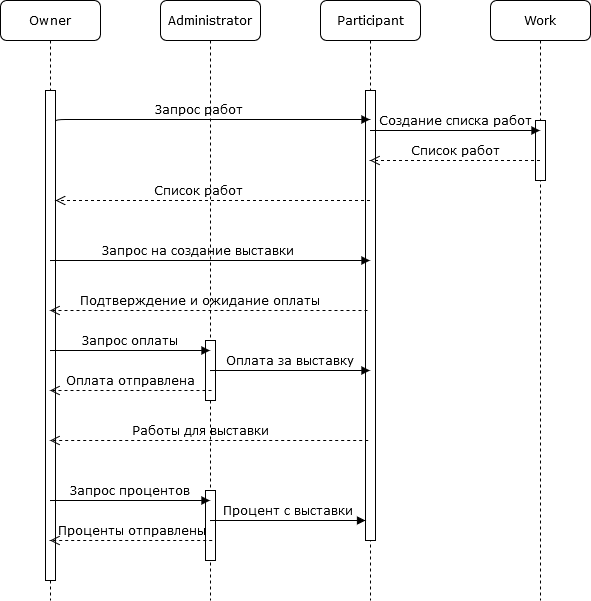
Before: Создание выставки.png, a diagram exported from draw.io (MrSandman5/ApplicationArchitecture). Source tidied: cells renumbered, new cells last; positions are measured from the earlier drawing's top-left corner, leaving out a move shared by most shapes.
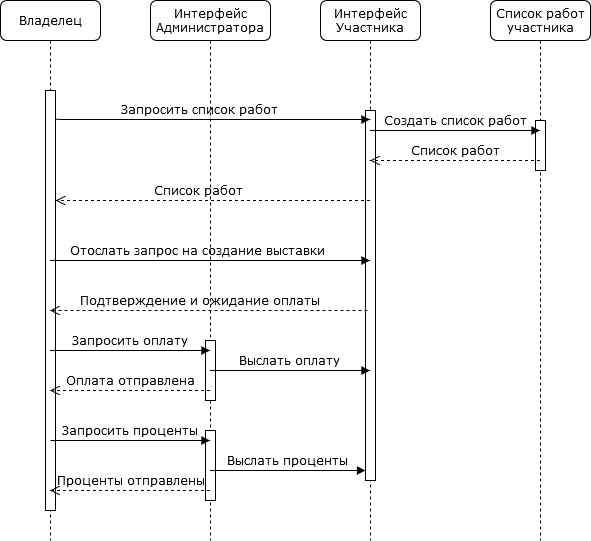
Later version of the same file.

What changed in the source:
```diff
@@ -2,32 +2,32 @@
   <root>
     <mxCell id="0" />
     <mxCell id="1" parent="0" />
-    <mxCell id="2" value="Administrator" style="shape=umlLifeline;perimeter=lifelinePerimeter;whiteSpace=wrap;html=1;outlineConnect=0;rounded=1;shadow=0;comic=0;labelBackgroundColor=none;strokeWidth=1;fontFamily=Verdana;fontSize=12;align=center;" parent="1" vertex="1">
-      <mxGeometry x="160" width="100" height="600" as="geometry" />
+    <mxCell id="2" value="Интерфейс Администратора" style="shape=umlLifeline;perimeter=lifelinePerimeter;whiteSpace=wrap;html=1;outlineConnect=0;rounded=1;shadow=0;comic=0;labelBackgroundColor=none;strokeWidth=1;fontFamily=Verdana;fontSize=12;align=center;" parent="1" vertex="1">
+      <mxGeometry x="150" width="120" height="540" as="geometry" />
     </mxCell>
     <mxCell id="3" style="html=1;perimeter=orthogonalPerimeter;rounded=0;shadow=0;comic=0;labelBackgroundColor=none;strokeWidth=1;fontFamily=Verdana;fontSize=12;align=center;" parent="2" vertex="1">
-      <mxGeometry x="45" y="340" width="10" height="60" as="geometry" />
+      <mxGeometry x="55" y="340" width="10" height="60" as="geometry" />
     </mxCell>
     <mxCell id="4" style="html=1;perimeter=orthogonalPerimeter;rounded=0;shadow=0;comic=0;labelBackgroundColor=none;strokeWidth=1;fontFamily=Verdana;fontSize=12;align=center;" parent="2" vertex="1">
-      <mxGeometry x="45" y="490" width="10" height="70" as="geometry" />
+      <mxGeometry x="55" y="430" width="10" height="70" as="geometry" />
     </mxCell>
-    <mxCell id="5" value="Participant" style="shape=umlLifeline;perimeter=lifelinePerimeter;whiteSpace=wrap;html=1;outlineConnect=0;rounded=1;shadow=0;comic=0;labelBackgroundColor=none;strokeWidth=1;fontFamily=Verdana;fontSize=12;align=center;" parent="1" vertex="1">
-      <mxGeometry x="320" width="100" height="600" as="geometry" />
+    <mxCell id="5" value="Интерфейс Участника" style="shape=umlLifeline;perimeter=lifelinePerimeter;whiteSpace=wrap;html=1;outlineConnect=0;rounded=1;shadow=0;comic=0;labelBackgroundColor=none;strokeWidth=1;fontFamily=Verdana;fontSize=12;align=center;" parent="1" vertex="1">
+      <mxGeometry x="320" width="100" height="540" as="geometry" />
     </mxCell>
     <mxCell id="6" style="html=1;points=[];perimeter=orthogonalPerimeter;rounded=0;shadow=0;comic=0;labelBackgroundColor=none;strokeWidth=1;fontFamily=Verdana;fontSize=12;align=center;" parent="5" vertex="1">
-      <mxGeometry x="45" y="90" width="10" height="450" as="geometry" />
+      <mxGeometry x="45" y="110" width="10" height="370" as="geometry" />
     </mxCell>
-    <mxCell id="7" value="Work" style="shape=umlLifeline;perimeter=lifelinePerimeter;whiteSpace=wrap;html=1;outlineConnect=0;rounded=1;shadow=0;comic=0;labelBackgroundColor=none;strokeWidth=1;fontFamily=Verdana;fontSize=12;align=center;" parent="1" vertex="1">
-      <mxGeometry x="490" width="100" height="600" as="geometry" />
+    <mxCell id="7" value="Список работ участника" style="shape=umlLifeline;perimeter=lifelinePerimeter;whiteSpace=wrap;html=1;outlineConnect=0;rounded=1;shadow=0;comic=0;labelBackgroundColor=none;strokeWidth=1;fontFamily=Verdana;fontSize=12;align=center;" parent="1" vertex="1">
+      <mxGeometry x="490" width="100" height="540" as="geometry" />
     </mxCell>
     <mxCell id="8" style="html=1;perimeter=orthogonalPerimeter;rounded=0;shadow=0;comic=0;labelBackgroundColor=none;strokeWidth=1;fontFamily=Verdana;fontSize=12;align=center;" parent="7" vertex="1">
-      <mxGeometry x="45" y="120" width="10" height="60" as="geometry" />
+      <mxGeometry x="45" y="120" width="10" height="50" as="geometry" />
     </mxCell>
-    <mxCell id="9" value="Owner" style="shape=umlLifeline;perimeter=lifelinePerimeter;whiteSpace=wrap;html=1;outlineConnect=0;rounded=1;shadow=0;comic=0;labelBackgroundColor=none;strokeWidth=1;fontFamily=Verdana;fontSize=12;align=center;" parent="1" vertex="1">
-      <mxGeometry width="100" height="600" as="geometry" />
+    <mxCell id="9" value="Владелец" style="shape=umlLifeline;perimeter=lifelinePerimeter;whiteSpace=wrap;html=1;outlineConnect=0;rounded=1;shadow=0;comic=0;labelBackgroundColor=none;strokeWidth=1;fontFamily=Verdana;fontSize=12;align=center;" parent="1" vertex="1">
+      <mxGeometry width="100" height="540" as="geometry" />
     </mxCell>
     <mxCell id="10" style="html=1;points=[];perimeter=orthogonalPerimeter;rounded=0;shadow=0;comic=0;labelBackgroundColor=none;strokeWidth=1;fontFamily=Verdana;fontSize=12;align=center;" parent="9" vertex="1">
-      <mxGeometry x="45" y="90" width="10" height="490" as="geometry" />
+      <mxGeometry x="45" y="90" width="10" height="420" as="geometry" />
     </mxCell>
     <mxCell id="11" value="Список работ" style="html=1;verticalAlign=bottom;endArrow=open;dashed=1;endSize=8;labelBackgroundColor=none;fontFamily=Verdana;fontSize=12;edgeStyle=elbowEdgeStyle;elbow=vertical;" parent="1" edge="1" source="7" target="5">
       <mxGeometry relative="1" as="geometry">
@@ -38,7 +38,7 @@
         </Array>
       </mxGeometry>
     </mxCell>
-    <mxCell id="12" value="Запрос работ" style="html=1;verticalAlign=bottom;endArrow=block;labelBackgroundColor=none;fontFamily=Verdana;fontSize=12;edgeStyle=elbowEdgeStyle;elbow=vertical;exitX=1;exitY=0.066;exitDx=0;exitDy=0;exitPerimeter=0;" parent="1" edge="1" source="10" target="5">
+    <mxCell id="12" value="Запросить список работ" style="html=1;verticalAlign=bottom;endArrow=block;labelBackgroundColor=none;fontFamily=Verdana;fontSize=12;edgeStyle=elbowEdgeStyle;elbow=vertical;exitX=1;exitY=0.066;exitDx=0;exitDy=0;exitPerimeter=0;" parent="1" edge="1" source="10" target="5">
       <mxGeometry x="-0.08" relative="1" as="geometry">
         <Array as="points">
           <mxPoint x="240" y="119" />
@@ -47,7 +47,7 @@
         </Array>
       </mxGeometry>
     </mxCell>
-    <mxCell id="13" value="Создание списка работ" style="html=1;verticalAlign=bottom;endArrow=block;labelBackgroundColor=none;fontFamily=Verdana;fontSize=12;" parent="1" edge="1" source="5" target="7">
+    <mxCell id="13" value="Создать список работ" style="html=1;verticalAlign=bottom;endArrow=block;labelBackgroundColor=none;fontFamily=Verdana;fontSize=12;" parent="1" edge="1" source="5" target="7">
       <mxGeometry relative="1" as="geometry">
         <Array as="points">
           <mxPoint x="410" y="130" />
@@ -76,7 +76,7 @@
         <mxPoint x="-1" as="offset" />
       </mxGeometry>
     </mxCell>
-    <mxCell id="16" value="Запрос оплаты" style="html=1;verticalAlign=bottom;endArrow=block;labelBackgroundColor=none;fontFamily=Verdana;fontSize=12;edgeStyle=elbowEdgeStyle;elbow=vertical;exitX=1;exitY=0.066;exitDx=0;exitDy=0;exitPerimeter=0;" parent="1" edge="1" target="2">
+    <mxCell id="16" value="Запросить оплату" style="html=1;verticalAlign=bottom;endArrow=block;labelBackgroundColor=none;fontFamily=Verdana;fontSize=12;edgeStyle=elbowEdgeStyle;elbow=vertical;exitX=1;exitY=0.066;exitDx=0;exitDy=0;exitPerimeter=0;" parent="1" edge="1" target="2">
       <mxGeometry relative="1" as="geometry">
         <mxPoint x="50" y="350" as="sourcePoint" />
         <Array as="points">
@@ -89,45 +89,21 @@
         <mxPoint x="-1" as="offset" />
       </mxGeometry>
     </mxCell>
-    <mxCell id="17" value="Оплата за выставку" style="html=1;verticalAlign=bottom;endArrow=block;labelBackgroundColor=none;fontFamily=Verdana;fontSize=12;edgeStyle=elbowEdgeStyle;elbow=vertical;exitX=1;exitY=0.066;exitDx=0;exitDy=0;exitPerimeter=0;" parent="1" edge="1" target="5">
-      <mxGeometry relative="1" as="geometry">
-        <mxPoint x="210" y="370" as="sourcePoint" />
-        <Array as="points">
-          <mxPoint x="280" y="370" />
-          <mxPoint x="470" y="370" />
-          <mxPoint x="375" y="370" />
-          <mxPoint x="325" y="380" />
-          <mxPoint x="315" y="380" />
-        </Array>
-        <mxPoint x="-1" as="offset" />
-      </mxGeometry>
-    </mxCell>
-    <mxCell id="18" value="Оплата отправлена" style="html=1;verticalAlign=bottom;endArrow=open;dashed=1;endSize=8;labelBackgroundColor=none;fontFamily=Verdana;fontSize=12;edgeStyle=elbowEdgeStyle;elbow=vertical;" parent="1" edge="1" target="9">
+    <mxCell id="18" value="Оплата отправлена" style="html=1;verticalAlign=bottom;endArrow=open;dashed=1;endSize=8;labelBackgroundColor=none;fontFamily=Verdana;fontSize=12;edgeStyle=elbowEdgeStyle;elbow=vertical;" parent="1" edge="1" source="2" target="9">
       <mxGeometry relative="1" as="geometry">
-        <mxPoint x="211" y="390" as="sourcePoint" />
         <Array as="points">
-          <mxPoint x="210.7" y="390" />
+          <mxPoint x="140" y="390" />
           <mxPoint x="118.9" y="369.4" />
           <mxPoint x="163.9" y="379.4" />
           <mxPoint x="193.9" y="379.4" />
         </Array>
       </mxGeometry>
     </mxCell>
-    <mxCell id="19" value="Работы для выставки" style="html=1;verticalAlign=bottom;endArrow=open;dashed=1;endSize=8;labelBackgroundColor=none;fontFamily=Verdana;fontSize=12;edgeStyle=elbowEdgeStyle;elbow=vertical;" parent="1" edge="1" target="9">
-      <mxGeometry x="0.06" relative="1" as="geometry">
-        <mxPoint x="367.7" y="440" as="sourcePoint" />
-        <Array as="points">
-          <mxPoint x="260.7" y="440" />
-          <mxPoint x="168.9" y="419.4" />
-          <mxPoint x="213.9" y="429.4" />
-          <mxPoint x="243.9" y="429.4" />
-        </Array>
-      </mxGeometry>
-    </mxCell>
-    <mxCell id="20" value="Запрос процентов" style="html=1;verticalAlign=bottom;endArrow=block;labelBackgroundColor=none;fontFamily=Verdana;fontSize=12;edgeStyle=elbowEdgeStyle;elbow=vertical;exitX=1;exitY=0.066;exitDx=0;exitDy=0;exitPerimeter=0;" parent="1" edge="1" target="2">
+    <mxCell id="20" value="Запросить проценты" style="html=1;verticalAlign=bottom;endArrow=block;labelBackgroundColor=none;fontFamily=Verdana;fontSize=12;edgeStyle=elbowEdgeStyle;elbow=vertical;" parent="1" edge="1" target="2">
       <mxGeometry relative="1" as="geometry">
-        <mxPoint x="50" y="500" as="sourcePoint" />
+        <mxPoint x="50" y="440" as="sourcePoint" />
         <Array as="points">
+          <mxPoint x="150" y="440" />
           <mxPoint x="120" y="500" />
           <mxPoint x="310" y="500" />
           <mxPoint x="215" y="500" />
@@ -137,11 +113,12 @@
         <mxPoint x="-1" as="offset" />
       </mxGeometry>
     </mxCell>
-    <mxCell id="21" value="Процент с выставки" style="html=1;verticalAlign=bottom;endArrow=block;labelBackgroundColor=none;fontFamily=Verdana;fontSize=12;edgeStyle=elbowEdgeStyle;elbow=vertical;exitX=1;exitY=0.066;exitDx=0;exitDy=0;exitPerimeter=0;" parent="1" edge="1" target="6">
+    <mxCell id="21" value="Выслать проценты" style="html=1;verticalAlign=bottom;endArrow=block;labelBackgroundColor=none;fontFamily=Verdana;fontSize=12;edgeStyle=elbowEdgeStyle;elbow=vertical;" parent="1" edge="1" source="2" target="6">
       <mxGeometry relative="1" as="geometry">
-        <mxPoint x="210" y="520" as="sourcePoint" />
         <Array as="points">
-          <mxPoint x="280" y="520" />
+          <mxPoint x="310" y="470" />
+          <mxPoint x="290" y="530" />
+          <mxPoint x="260" y="490" />
           <mxPoint x="470" y="520" />
           <mxPoint x="375" y="520" />
           <mxPoint x="325" y="530" />
@@ -150,18 +127,22 @@
         <mxPoint x="-1" as="offset" />
       </mxGeometry>
     </mxCell>
-    <mxCell id="22" value="Проценты отправлены" style="html=1;verticalAlign=bottom;endArrow=open;dashed=1;endSize=8;labelBackgroundColor=none;fontFamily=Verdana;fontSize=12;edgeStyle=elbowEdgeStyle;elbow=vertical;" parent="1" edge="1" target="9">
+    <mxCell id="22" value="Проценты отправлены" style="html=1;verticalAlign=bottom;endArrow=open;dashed=1;endSize=8;labelBackgroundColor=none;fontFamily=Verdana;fontSize=12;edgeStyle=elbowEdgeStyle;elbow=vertical;" parent="1" edge="1" source="2" target="9">
       <mxGeometry relative="1" as="geometry">
-        <mxPoint x="211.7" y="540" as="sourcePoint" />
         <Array as="points">
-          <mxPoint x="211.4" y="540" />
+          <mxPoint x="130" y="490" />
+          <mxPoint x="160" y="490" />
+          <mxPoint x="260" y="280" />
+          <mxPoint x="180" y="500" />
+          <mxPoint x="150" y="470" />
+          <mxPoint x="140" y="550" />
           <mxPoint x="119.6" y="519.4" />
           <mxPoint x="164.6" y="529.4" />
           <mxPoint x="194.6" y="529.4" />
         </Array>
       </mxGeometry>
     </mxCell>
-    <mxCell id="23" value="Запрос на создание выставки" style="html=1;verticalAlign=bottom;endArrow=block;labelBackgroundColor=none;fontFamily=Verdana;fontSize=12;edgeStyle=elbowEdgeStyle;elbow=vertical;exitX=1;exitY=0.066;exitDx=0;exitDy=0;exitPerimeter=0;" parent="1" edge="1" target="5">
+    <mxCell id="23" value="Отослать запрос на создание выставки" style="html=1;verticalAlign=bottom;endArrow=block;labelBackgroundColor=none;fontFamily=Verdana;fontSize=12;edgeStyle=elbowEdgeStyle;elbow=vertical;exitX=1;exitY=0.066;exitDx=0;exitDy=0;exitPerimeter=0;" parent="1" edge="1" target="5">
       <mxGeometry x="-0.08" relative="1" as="geometry">
         <mxPoint x="50" y="260" as="sourcePoint" />
         <Array as="points">
@@ -172,5 +153,19 @@
         </Array>
       </mxGeometry>
     </mxCell>
+    <mxCell id="24" value="Выслать оплату" style="html=1;verticalAlign=bottom;endArrow=block;labelBackgroundColor=none;fontFamily=Verdana;fontSize=12;edgeStyle=elbowEdgeStyle;elbow=vertical;" parent="1" edge="1" source="2" target="5">
+      <mxGeometry relative="1" as="geometry">
+        <Array as="points">
+          <mxPoint x="300" y="370" />
+          <mxPoint x="250" y="370" />
+          <mxPoint x="250" y="390" />
+          <mxPoint x="500" y="370" />
+          <mxPoint x="405" y="370" />
+          <mxPoint x="355" y="380" />
+          <mxPoint x="345" y="380" />
+        </Array>
+        <mxPoint x="-1" as="offset" />
+      </mxGeometry>
+    </mxCell>
   </root>
 </mxGraphModel>
```
